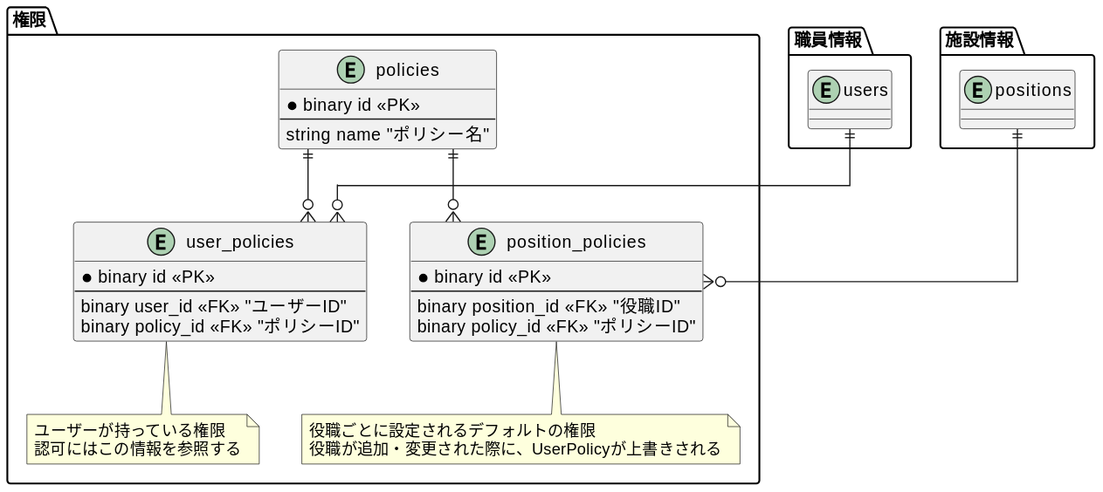
This is src/diagrams-svg/ER/tables/policies.svg from Fukuemon/buddy_design_docs, a PlantUML export, as it was before one commit.
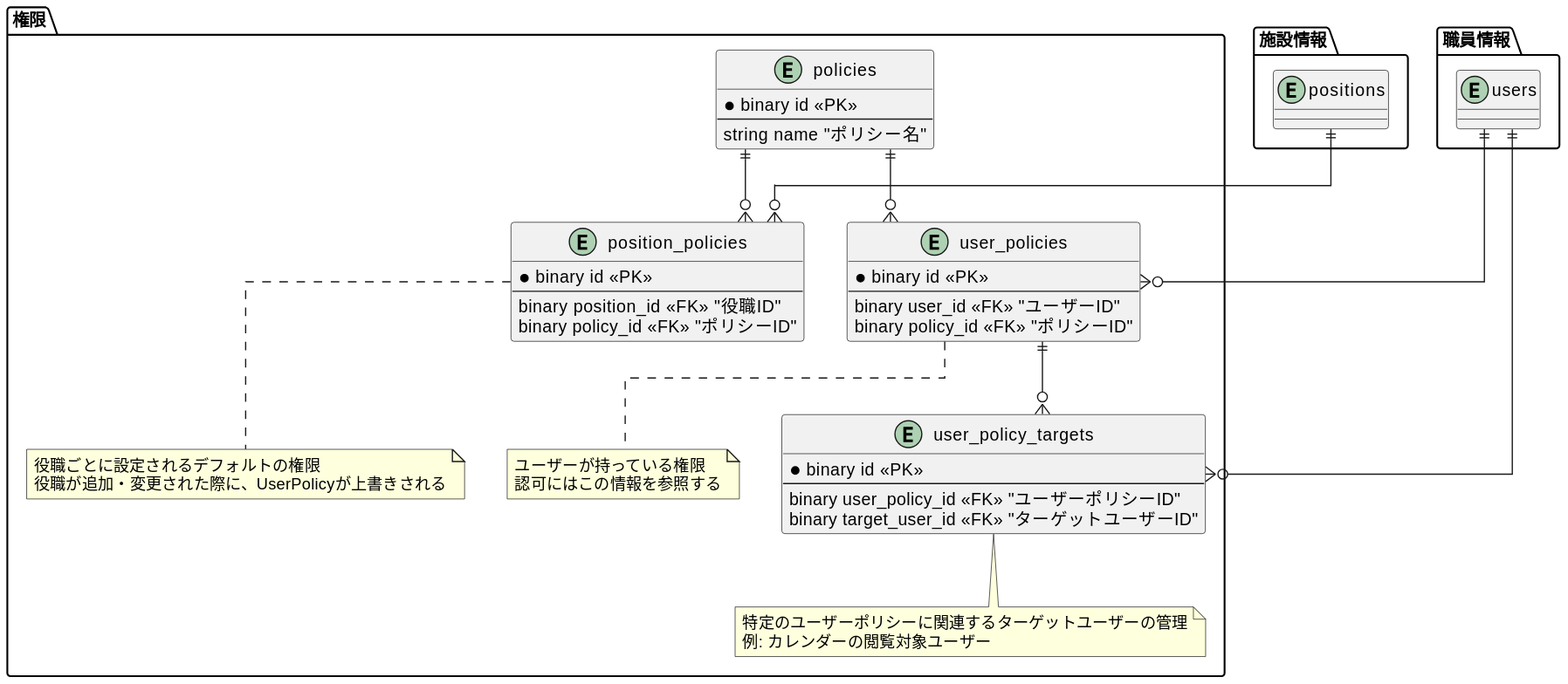
After the commit.

What changed in the source:
```diff
@@ -29,6 +29,17 @@
     ユーザーが持っている権限
     認可にはこの情報を参照する
   end note
+
+  entity user_policy_targets {
+    * binary id <<PK>>
+    --
+    binary user_policy_id <<FK>> "ユーザーポリシーID"
+    binary target_user_id <<FK>> "ターゲットユーザーID"
+  }
+  note bottom of user_policy_targets
+    特定のユーザーポリシーに関連するターゲットユーザーの管理
+    例: カレンダーの閲覧対象ユーザー
+  end note
 }
 
 package 職員情報 {
@@ -43,4 +54,6 @@
 policies ||--o{ user_policies
 users ||--o{ user_policies
 positions ||--o{ position_policies
+user_policies ||--o{ user_policy_targets
+users ||--o{ user_policy_targets
 @enduml
```
